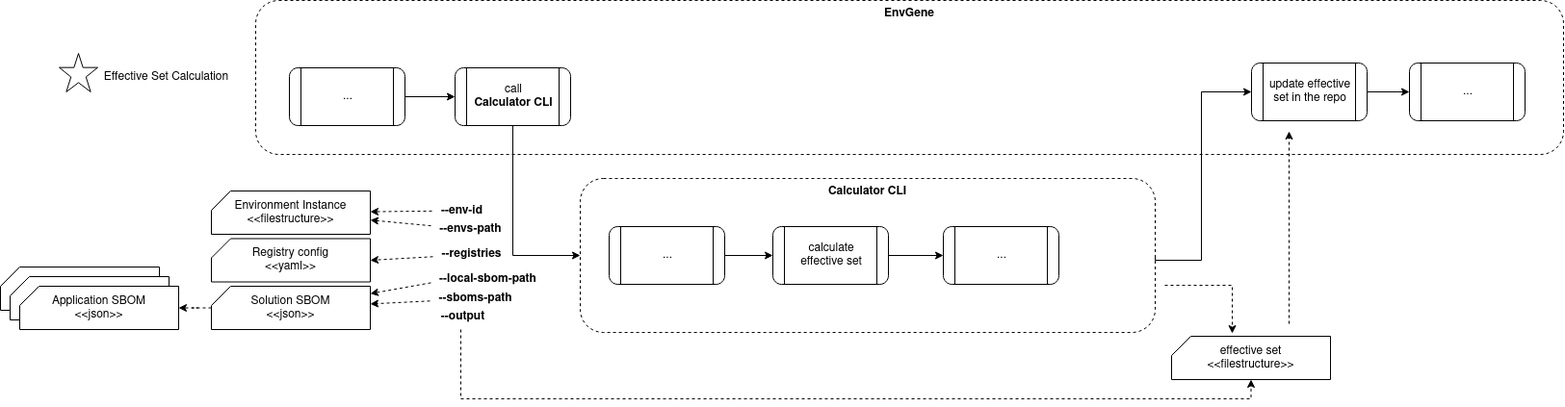
The draw.io diagram docs/images/effective-set-calculation.png in tesmarishy/qubership-envgene, before a commit. Source tidied: cells renumbered, new cells last; positions are measured from the earlier drawing's top-left corner, leaving out a move shared by most shapes.
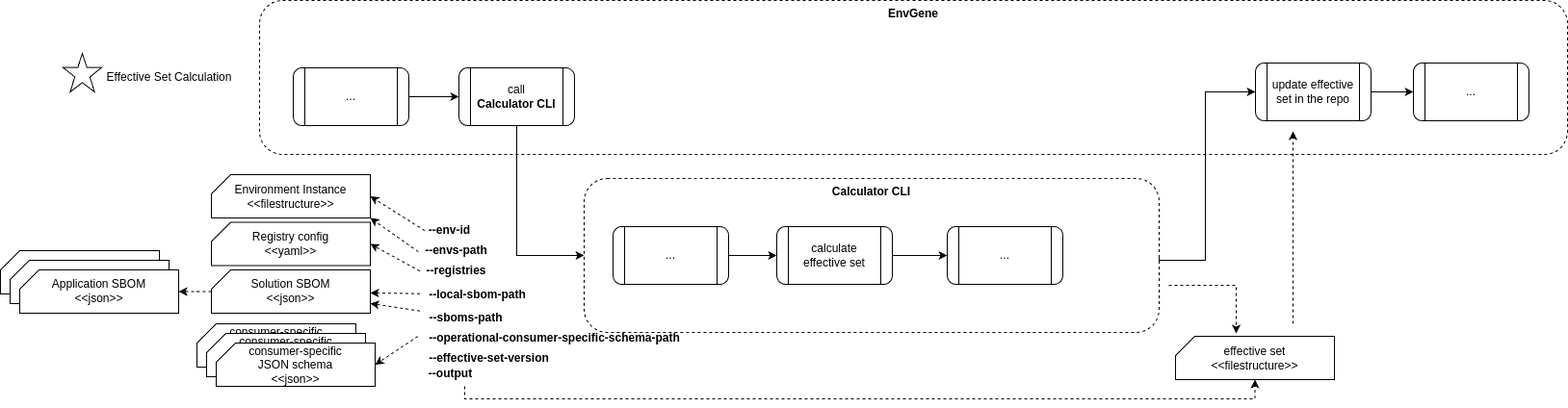
Later version of the same file.

The edit, as a diff of the source:
```diff
@@ -24,7 +24,7 @@
       </mxGeometry>
     </mxCell>
     <mxCell id="7" value="&lt;div&gt;Registry config&lt;/div&gt;&lt;div&gt;&amp;lt;&amp;lt;yaml&amp;gt;&amp;gt;&lt;br&gt;&lt;/div&gt;" style="shape=card;whiteSpace=wrap;html=1;size=20;" parent="1" vertex="1">
-      <mxGeometry x="219" y="247.5" width="165" height="45" as="geometry" />
+      <mxGeometry x="215" y="230.5" width="165" height="45" as="geometry" />
     </mxCell>
     <mxCell id="8" style="edgeStyle=orthogonalEdgeStyle;rounded=0;jettySize=auto;html=1;exitX=0.5;exitY=1;exitDx=0;exitDy=0;entryX=0;entryY=0.5;entryDx=0;entryDy=0;" parent="1" edge="1" source="9" target="3">
       <mxGeometry relative="1" as="geometry" />
@@ -39,7 +39,7 @@
       <mxGeometry x="300" y="70" width="120" height="60" as="geometry" />
     </mxCell>
     <mxCell id="12" value="&lt;b&gt;--output&lt;/b&gt;" style="text;html=1;align=center;verticalAlign=middle;points=[];strokeColor=none;fillColor=none;" parent="1" vertex="1">
-      <mxGeometry x="448" y="316" width="63" height="26" as="geometry" />
+      <mxGeometry x="431.5" y="375" width="63" height="26" as="geometry" />
     </mxCell>
     <mxCell id="13" style="edgeStyle=orthogonalEdgeStyle;rounded=0;jettySize=auto;html=1;" parent="1" edge="1" source="14" target="23">
       <mxGeometry relative="1" as="geometry" />
@@ -53,49 +53,49 @@
     <mxCell id="16" style="verticalLabelPosition=bottom;verticalAlign=top;html=1;shape=mxgraph.basic.star;" parent="1" vertex="1">
       <mxGeometry x="61" y="55" width="40" height="40" as="geometry" />
     </mxCell>
-    <mxCell id="17" style="rounded=0;jettySize=auto;html=1;dashed=1;" parent="1" edge="1" source="18" target="24">
+    <mxCell id="17" style="rounded=0;jettySize=auto;html=1;dashed=1;exitX=0.081;exitY=0.506;exitDx=0;exitDy=0;exitPerimeter=0;entryX=1;entryY=0.5;entryDx=0;entryDy=0;entryPerimeter=0;" parent="1" edge="1" source="18" target="24">
       <mxGeometry relative="1" as="geometry" />
     </mxCell>
     <mxCell id="18" value="&lt;b&gt;--env-id&lt;/b&gt;" style="text;html=1;align=center;verticalAlign=middle;points=[];strokeColor=none;fillColor=none;" parent="1" vertex="1">
-      <mxGeometry x="448" y="205.5" width="61" height="26" as="geometry" />
+      <mxGeometry x="431.5" y="226" width="61" height="26" as="geometry" />
     </mxCell>
     <mxCell id="19" value="&lt;b&gt;--envs-path&lt;/b&gt;" style="text;html=1;align=center;verticalAlign=middle;points=[];strokeColor=none;fillColor=none;" parent="1" vertex="1">
-      <mxGeometry x="447" y="225" width="82" height="26" as="geometry" />
+      <mxGeometry x="428" y="247.2" width="82" height="26" as="geometry" />
     </mxCell>
     <mxCell id="20" value="&lt;b&gt;--local-sbom-path&lt;/b&gt;" style="text;html=1;align=center;verticalAlign=middle;points=[];strokeColor=none;fillColor=none;" parent="1" vertex="1">
-      <mxGeometry x="446" y="277" width="119" height="26" as="geometry" />
+      <mxGeometry x="431.5" y="292.8" width="119" height="26" as="geometry" />
     </mxCell>
-    <mxCell id="21" style="rounded=0;jettySize=auto;html=1;dashed=1;" parent="1" edge="1" source="19" target="24">
+    <mxCell id="21" style="rounded=0;jettySize=auto;html=1;dashed=1;exitX=0.022;exitY=0.535;exitDx=0;exitDy=0;exitPerimeter=0;entryX=1;entryY=1;entryDx=0;entryDy=0;entryPerimeter=0;" parent="1" edge="1" source="19" target="24">
       <mxGeometry relative="1" as="geometry" />
     </mxCell>
     <mxCell id="22" value="&lt;b&gt;--registries&lt;/b&gt;" style="text;html=1;align=center;verticalAlign=middle;points=[];strokeColor=none;fillColor=none;" parent="1" vertex="1">
-      <mxGeometry x="449" y="251" width="80" height="26" as="geometry" />
+      <mxGeometry x="429" y="267.8" width="80" height="26" as="geometry" />
     </mxCell>
     <mxCell id="23" value="..." style="rounded=1;whiteSpace=wrap;html=1;shape=process;backgroundOutline=1;" parent="1" vertex="1">
       <mxGeometry x="1463" y="65" width="120" height="60" as="geometry" />
     </mxCell>
     <mxCell id="24" value="&lt;div&gt;Environment Instance&lt;/div&gt;&lt;div&gt;&amp;lt;&amp;lt;filestructure&amp;gt;&amp;gt;&lt;br&gt;&lt;/div&gt;" style="shape=card;whiteSpace=wrap;html=1;size=20;" parent="1" vertex="1">
-      <mxGeometry x="219" y="198" width="165" height="45" as="geometry" />
+      <mxGeometry x="215" y="181" width="165" height="45" as="geometry" />
     </mxCell>
     <mxCell id="25" style="edgeStyle=orthogonalEdgeStyle;rounded=0;jettySize=auto;html=1;dashed=1;" parent="1" edge="1" source="26" target="29">
       <mxGeometry relative="1" as="geometry" />
     </mxCell>
     <mxCell id="26" value="&lt;div&gt;Solution SBOM&lt;/div&gt;&lt;div&gt;&amp;lt;&amp;lt;json&amp;gt;&amp;gt;&lt;br&gt;&lt;/div&gt;" style="shape=card;whiteSpace=wrap;html=1;size=20;" parent="1" vertex="1">
-      <mxGeometry x="219" y="297" width="165" height="45" as="geometry" />
+      <mxGeometry x="215" y="280" width="165" height="45" as="geometry" />
     </mxCell>
     <mxCell id="27" value="&amp;lt;&amp;lt;Application SBOM&amp;gt;&amp;gt;" style="shape=card;whiteSpace=wrap;html=1;size=20;" parent="1" vertex="1">
-      <mxGeometry y="277" width="165" height="45" as="geometry" />
+      <mxGeometry x="-4" y="260" width="165" height="45" as="geometry" />
     </mxCell>
     <mxCell id="28" value="&amp;lt;&amp;lt;Application SBOM&amp;gt;&amp;gt;" style="shape=card;whiteSpace=wrap;html=1;size=20;" parent="1" vertex="1">
-      <mxGeometry x="10" y="287" width="165" height="45" as="geometry" />
+      <mxGeometry x="6" y="270" width="165" height="45" as="geometry" />
     </mxCell>
     <mxCell id="29" value="&lt;div&gt;Application SBOM&lt;/div&gt;&lt;div&gt;&amp;lt;&amp;lt;json&amp;gt;&amp;gt;&lt;br&gt;&lt;/div&gt;" style="shape=card;whiteSpace=wrap;html=1;size=20;" parent="1" vertex="1">
-      <mxGeometry x="20" y="297" width="165" height="45" as="geometry" />
+      <mxGeometry x="16" y="280" width="165" height="45" as="geometry" />
     </mxCell>
-    <mxCell id="30" style="rounded=0;jettySize=auto;html=1;entryX=1;entryY=0.5;entryDx=0;entryDy=0;entryPerimeter=0;dashed=1;" parent="1" edge="1" source="22" target="7">
+    <mxCell id="30" style="rounded=0;jettySize=auto;html=1;entryX=1;entryY=0.5;entryDx=0;entryDy=0;entryPerimeter=0;dashed=1;exitX=0.029;exitY=0.518;exitDx=0;exitDy=0;exitPerimeter=0;" parent="1" edge="1" source="22" target="7">
       <mxGeometry relative="1" as="geometry" />
     </mxCell>
-    <mxCell id="31" style="rounded=0;jettySize=auto;html=1;dashed=1;exitX=0.008;exitY=0.631;exitDx=0;exitDy=0;exitPerimeter=0;" parent="1" edge="1" source="20" target="26">
+    <mxCell id="31" style="rounded=0;jettySize=auto;html=1;dashed=1;" parent="1" edge="1" source="20" target="26">
       <mxGeometry relative="1" as="geometry" />
     </mxCell>
     <mxCell id="32" value="..." style="rounded=1;whiteSpace=wrap;html=1;shape=process;backgroundOutline=1;" parent="1" vertex="1">
@@ -134,10 +134,28 @@
       </mxGeometry>
     </mxCell>
     <mxCell id="39" value="&lt;b&gt;--sboms-path&lt;/b&gt;" style="text;html=1;align=center;verticalAlign=middle;points=[];strokeColor=none;fillColor=none;" parent="1" vertex="1">
-      <mxGeometry x="446" y="297" width="94" height="26" as="geometry" />
+      <mxGeometry x="431.5" y="316.8" width="94" height="26" as="geometry" />
     </mxCell>
     <mxCell id="40" style="rounded=0;jettySize=auto;html=1;dashed=1;" parent="1" edge="1" source="39" target="26">
       <mxGeometry relative="1" as="geometry" />
     </mxCell>
+    <mxCell id="41" value="&lt;code&gt;&lt;b&gt;&lt;font face=&quot;Helvetica&quot;&gt;--effective-set-version&lt;/font&gt;&lt;/b&gt;&lt;/code&gt;" style="text;html=1;align=center;verticalAlign=middle;strokeColor=none;fillColor=none;" parent="1" vertex="1">
+      <mxGeometry x="431.5" y="358.5" width="143" height="26" as="geometry" />
+    </mxCell>
+    <mxCell id="42" value="&lt;code&gt;&lt;b&gt;&lt;font face=&quot;Helvetica&quot;&gt;--operational-consumer-specific-schema-path&lt;/font&gt;&lt;/b&gt;&lt;/code&gt;" style="text;html=1;align=center;verticalAlign=middle;points=[];strokeColor=none;fillColor=none;" parent="1" vertex="1">
+      <mxGeometry x="431.5" y="337.8" width="279" height="26" as="geometry" />
+    </mxCell>
+    <mxCell id="43" value="&lt;div&gt;&lt;span style=&quot;background-color: transparent; color: light-dark(rgb(0, 0, 0), rgb(255, 255, 255));&quot;&gt;сonsumer-specific&lt;/span&gt;&lt;/div&gt;&lt;div&gt;&lt;span style=&quot;background-color: transparent; color: light-dark(rgb(0, 0, 0), rgb(255, 255, 255));&quot;&gt;JSON schema&lt;/span&gt;&lt;/div&gt;&lt;div&gt;&lt;span style=&quot;background-color: transparent; color: light-dark(rgb(0, 0, 0), rgb(255, 255, 255));&quot;&gt;&amp;lt;&amp;lt;json&amp;gt;&amp;gt;&lt;/span&gt;&lt;/div&gt;" style="shape=card;whiteSpace=wrap;html=1;size=20;" parent="1" vertex="1">
+      <mxGeometry x="200" y="336" width="165" height="45" as="geometry" />
+    </mxCell>
+    <mxCell id="44" value="&lt;div&gt;&lt;span style=&quot;background-color: transparent; color: light-dark(rgb(0, 0, 0), rgb(255, 255, 255));&quot;&gt;сonsumer-specific&lt;/span&gt;&lt;/div&gt;&lt;div&gt;&lt;span style=&quot;background-color: transparent; color: light-dark(rgb(0, 0, 0), rgb(255, 255, 255));&quot;&gt;JSON schema&lt;/span&gt;&lt;/div&gt;&lt;div&gt;&lt;span style=&quot;background-color: transparent; color: light-dark(rgb(0, 0, 0), rgb(255, 255, 255));&quot;&gt;&amp;lt;&amp;lt;json&amp;gt;&amp;gt;&lt;/span&gt;&lt;/div&gt;" style="shape=card;whiteSpace=wrap;html=1;size=20;" parent="1" vertex="1">
+      <mxGeometry x="210" y="346" width="165" height="45" as="geometry" />
+    </mxCell>
+    <mxCell id="45" value="&lt;div&gt;&lt;span style=&quot;background-color: transparent; color: light-dark(rgb(0, 0, 0), rgb(255, 255, 255));&quot;&gt;сonsumer-specific&lt;/span&gt;&lt;/div&gt;&lt;div&gt;&lt;span style=&quot;background-color: transparent; color: light-dark(rgb(0, 0, 0), rgb(255, 255, 255));&quot;&gt;JSON schema&lt;/span&gt;&lt;/div&gt;&lt;div&gt;&lt;span style=&quot;background-color: transparent; color: light-dark(rgb(0, 0, 0), rgb(255, 255, 255));&quot;&gt;&amp;lt;&amp;lt;json&amp;gt;&amp;gt;&lt;/span&gt;&lt;/div&gt;" style="shape=card;whiteSpace=wrap;html=1;size=20;" parent="1" vertex="1">
+      <mxGeometry x="220" y="356" width="165" height="45" as="geometry" />
+    </mxCell>
+    <mxCell id="46" style="rounded=0;jettySize=auto;html=1;entryX=1;entryY=0.5;entryDx=0;entryDy=0;entryPerimeter=0;dashed=1;exitX=-0.008;exitY=0.437;exitDx=0;exitDy=0;exitPerimeter=0;" parent="1" edge="1" source="42" target="45">
+      <mxGeometry relative="1" as="geometry" />
+    </mxCell>
   </root>
 </mxGraphModel>
```
